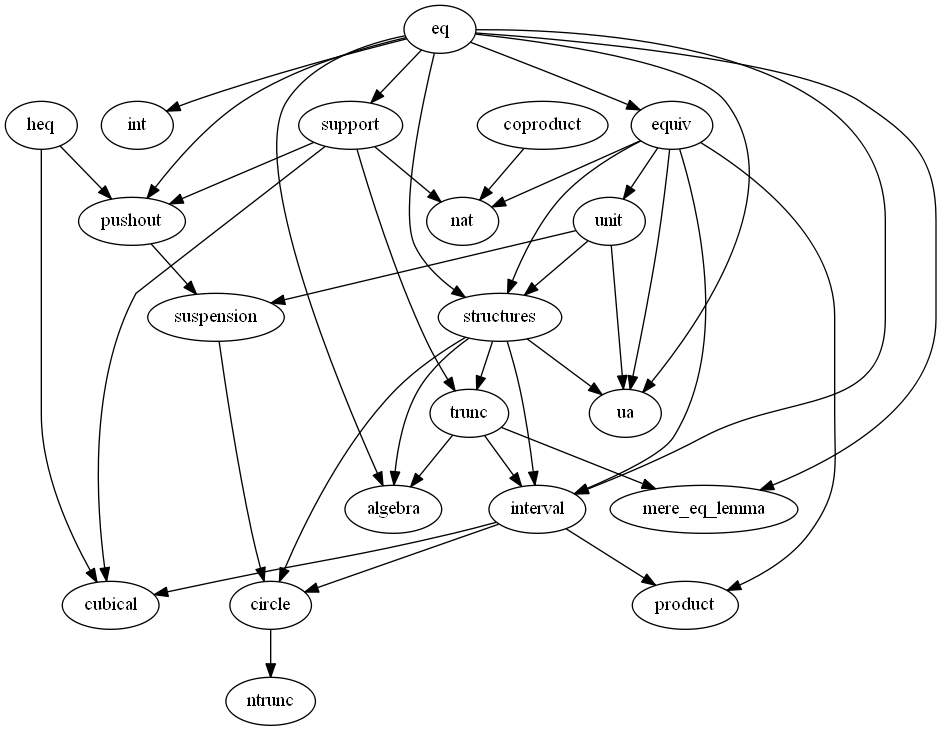
The Graphviz diagram dependency_map.png in forked-from-1kasper/ground_zero, before a commit. Its source is kept beside it as dependency_map.gv.
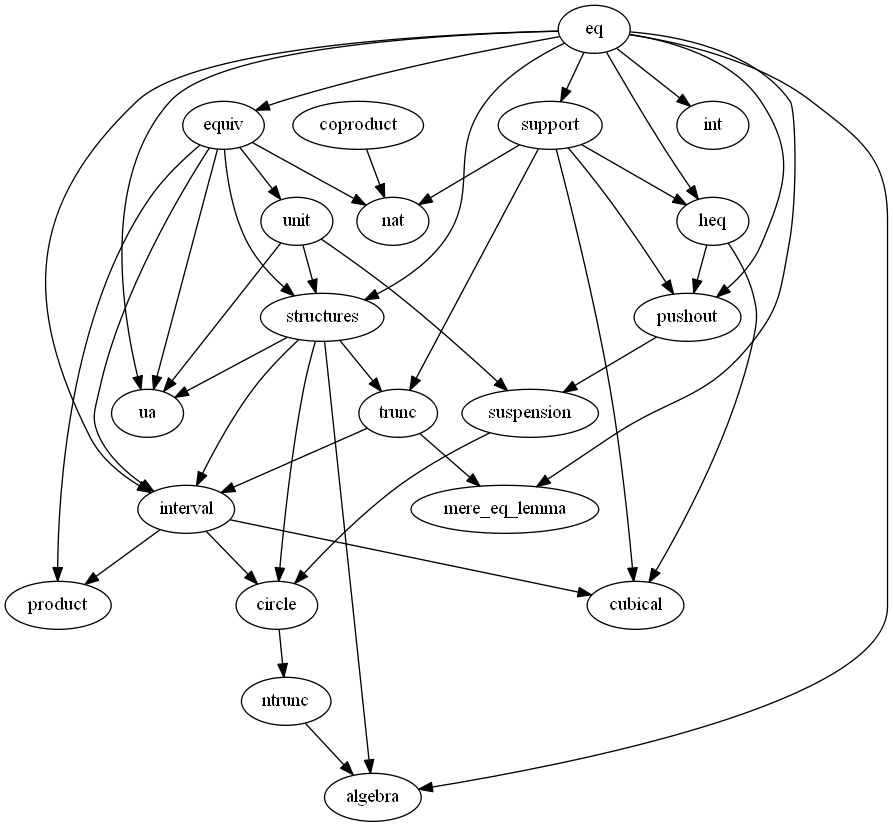
The same diagram one commit later.

The edit, as a diff of the source:
```diff
@@ -1,5 +1,5 @@
 digraph dependency_map {
-  trunc -> algebra
+  ntrunc -> algebra
   structures -> algebra
   eq -> algebra
 
@@ -10,6 +10,9 @@
   interval -> cubical
   heq -> cubical
   support -> cubical
+
+  eq -> heq
+  support -> heq
 
   eq -> equiv
   eq -> int
```
